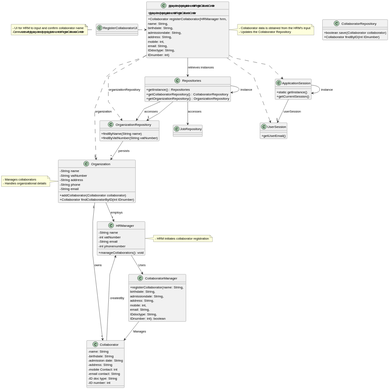
tiagosoa/lei-24-s2-1dgh-g073 keeps this PlantUML diagram as docs/sprint2/us003/03.design/svg/us003-class-diagram.svg. Above is the earlier version.
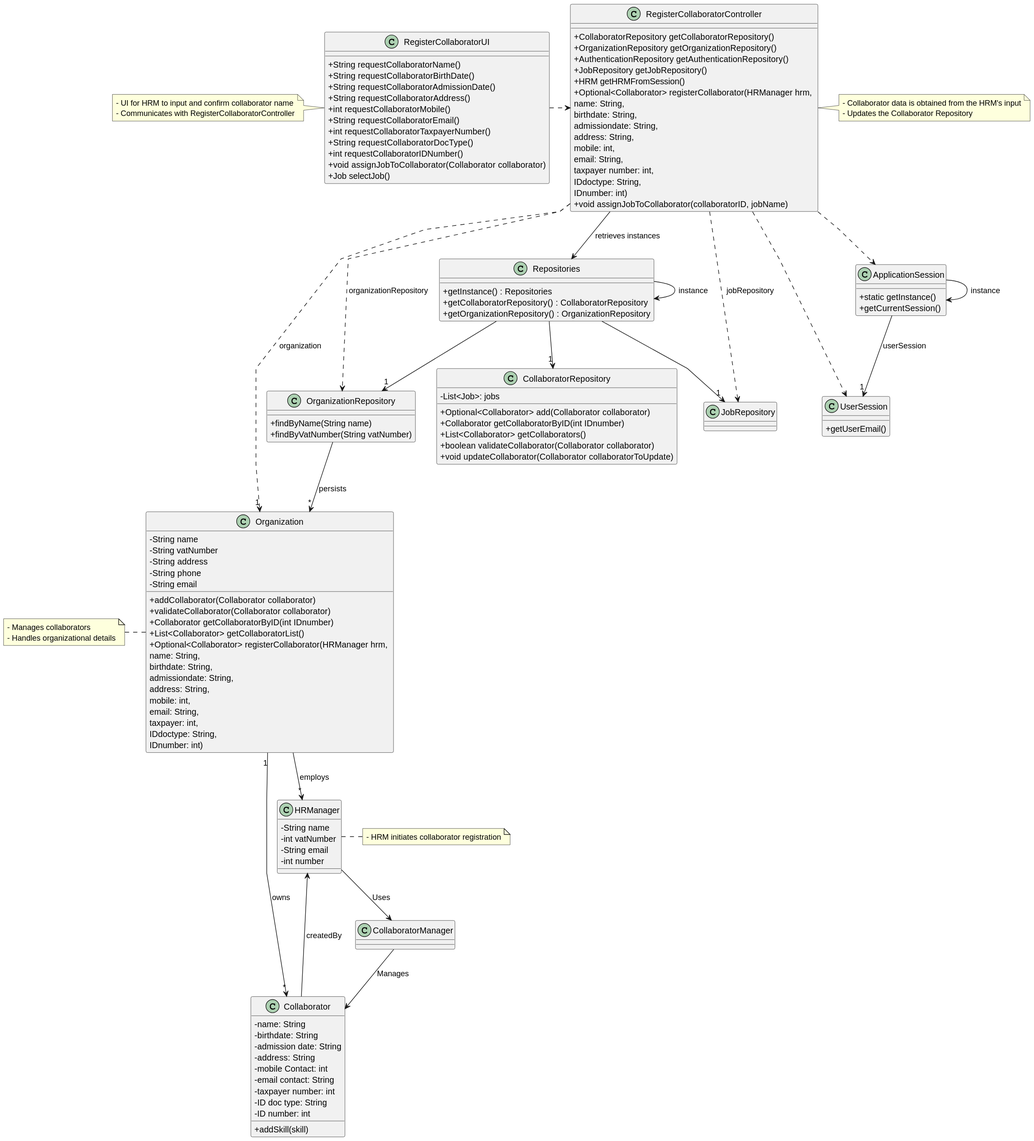
After the change.

Diff of the diagram source:
```diff
@@ -24,17 +24,19 @@
     - address: String
     - mobile Contact: int
     - email contact: String
+    - taxpayer number: int
     - ID doc type: String
     - ID number: int
+    + addSkill(skill)
 }
 
- class CollaboratorManager {
-     + registerCollaborator(name: String, \nbirthdate: String, \nadmissiondate: String, \naddress: String, \nmobile: int, \nemail: String, \nIDdoctype: String, \nIDnumber: int): boolean
- }
-
  class CollaboratorRepository {
-   + boolean save(Collaborator collaborator)
-   + Collaborator findByID(int IDnumber)
+   - List<Job>: jobs
+   + Optional<Collaborator> add(Collaborator collaborator)
+   + Collaborator getCollaboratorByID(int IDnumber)
+   + List<Collaborator> getCollaborators()
+   + boolean validateCollaborator(Collaborator collaborator)
+   + void updateCollaborator(Collaborator collaboratorToUpdate)
  }
 
  class Organization {
@@ -44,7 +46,10 @@
    - String phone
    - String email
    + addCollaborator(Collaborator collaborator)
-   + Collaborator findCollaboratorByID(int IDnumber)
+   + validateCollaborator(Collaborator collaborator)
+   + Collaborator getCollaboratorByID(int IDnumber)
+   + List<Collaborator> getCollaboratorList()
+   + Optional<Collaborator> registerCollaborator(HRManager hrm, \nname: String, \nbirthdate: String, \nadmissiondate: String, \naddress: String, \nmobile: int, \nemail: String, \ntaxpayer: int, \nIDdoctype: String, \nIDnumber: int)
  }
 
  class OrganizationRepository {
@@ -59,20 +64,34 @@
  }
 
  class RegisterCollaboratorController {
-   + RegisterCollaboratorController
-   + Collaborator registerCollaborator(HRManager hrm, \nname: String, \nbirthdate: String, \nadmissiondate: String, \naddress: String, \nmobile: int, \nemail: String, \nIDdoctype: String, \nIDnumber: int)
+   + CollaboratorRepository getCollaboratorRepository()
+   + OrganizationRepository getOrganizationRepository()
+   + AuthenticationRepository getAuthenticationRepository()
+   + JobRepository getJobRepository()
+   + HRM getHRMFromSession()
+   + Optional<Collaborator> registerCollaborator(HRManager hrm, \nname: String, \nbirthdate: String, \nadmissiondate: String, \naddress: String, \nmobile: int, \nemail: String, \ntaxpayer number: int, \nIDdoctype: String, \nIDnumber: int)
+   + void assignJobToCollaborator(collaboratorID, jobName)
  }
 
  class RegisterCollaboratorUI {
-
+    + String requestCollaboratorName()
+    + String requestCollaboratorBirthDate()
+    + String requestCollaboratorAdmissionDate()
+    + String requestCollaboratorAddress()
+    + int requestCollaboratorMobile()
+    + String requestCollaboratorEmail()
+    + int requestCollaboratorTaxpayerNumber()
+    + String requestCollaboratorDocType()
+    + int requestCollaboratorIDNumber()
+    + void assignJobToCollaborator(Collaborator collaborator)
+    + Job selectJob()
  }
 
  class HRManager {
     - String name
     - int vatNumber
     - String email
-    - int phonenumber
-     + manageCollaborators(): void
+    - int number
  }
 
  CollaboratorManager --> Collaborator: Manages
@@ -104,12 +123,13 @@
 
  RegisterCollaboratorController -down-> Repositories : retrieves instances
 
- Repositories -down-> JobRepository : accesses
- Repositories -down-> OrganizationRepository : accesses
 
  RegisterCollaboratorController ..> OrganizationRepository : organizationRepository
+ RegisterCollaboratorController ..> JobRepository : jobRepository
 
  Repositories --> "1" OrganizationRepository
+ Repositories --> "1" CollaboratorRepository
+ Repositories --> "1" JobRepository
 
  OrganizationRepository --> "*" Organization : persists
  ApplicationSession --> "1" UserSession : userSession
```
